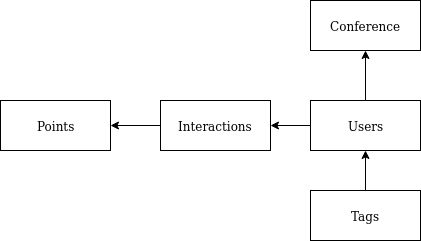
This is docs/domain.png from MarceloR00/open-cx-netinder, a draw.io export, as it was before one commit. Source tidied: cells renumbered, new cells last; positions are measured from the earlier drawing's top-left corner, leaving out a move shared by most shapes. The source it was exported from:
```xml
<mxGraphModel>
  <root>
    <mxCell id="0" />
    <mxCell id="1" parent="0" />
    <mxCell id="2" value="&lt;div&gt;Conference&lt;/div&gt;" style="html=1;" parent="1" vertex="1">
      <mxGeometry x="310" width="110" height="50" as="geometry" />
    </mxCell>
    <mxCell id="3" style="edgeStyle=orthogonalEdgeStyle;rounded=0;jettySize=auto;html=1;entryX=0.5;entryY=1;entryDx=0;entryDy=0;" parent="1" edge="1" source="5" target="2">
      <mxGeometry relative="1" as="geometry" />
    </mxCell>
    <mxCell id="4" style="edgeStyle=orthogonalEdgeStyle;rounded=0;jettySize=auto;html=1;exitX=0;exitY=0.5;exitDx=0;exitDy=0;" parent="1" edge="1" source="5" target="9">
      <mxGeometry relative="1" as="geometry" />
    </mxCell>
    <mxCell id="5" value="Users" style="html=1;" parent="1" vertex="1">
      <mxGeometry x="310" y="100" width="110" height="50" as="geometry" />
    </mxCell>
    <mxCell id="6" style="edgeStyle=orthogonalEdgeStyle;rounded=0;jettySize=auto;html=1;entryX=0.5;entryY=1;entryDx=0;entryDy=0;" parent="1" edge="1" source="7" target="5">
      <mxGeometry relative="1" as="geometry" />
    </mxCell>
    <mxCell id="7" value="Tags" style="html=1;" parent="1" vertex="1">
      <mxGeometry x="310" y="190" width="110" height="50" as="geometry" />
    </mxCell>
    <mxCell id="8" style="edgeStyle=orthogonalEdgeStyle;rounded=0;jettySize=auto;html=1;" parent="1" edge="1" source="9" target="10">
      <mxGeometry relative="1" as="geometry" />
    </mxCell>
    <mxCell id="9" value="Interactions" style="html=1;" parent="1" vertex="1">
      <mxGeometry x="160" y="100" width="110" height="50" as="geometry" />
    </mxCell>
    <mxCell id="10" value="Points" style="html=1;" parent="1" vertex="1">
      <mxGeometry y="100" width="110" height="50" as="geometry" />
    </mxCell>
  </root>
</mxGraphModel>
```
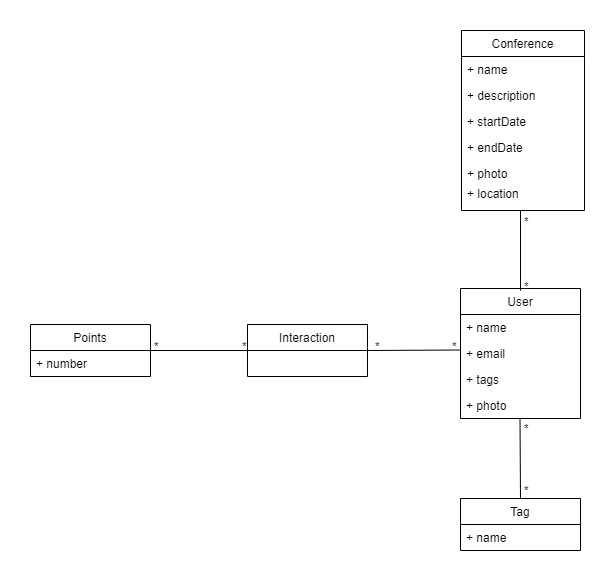
Later version of the same file.

Commit message:
added domain model to report

Diff of the diagram source:
```diff
@@ -2,32 +2,103 @@
   <root>
     <mxCell id="0" />
     <mxCell id="1" parent="0" />
+    <mxCell id="11" style="endArrow=none;html=1;entryX=0;entryY=0.5;entryDx=0;entryDy=0;exitX=1;exitY=0.5;exitDx=0;exitDy=0;" parent="1" edge="1">
+      <mxGeometry relative="1" as="geometry">
+        <mxPoint x="180" y="20" as="sourcePoint" />
+        <mxPoint x="280" y="20" as="targetPoint" />
+      </mxGeometry>
+    </mxCell>
+    <mxCell id="12" style="endArrow=none;html=1;entryX=0;entryY=0.5;entryDx=0;entryDy=0;exitX=1;exitY=0.5;exitDx=0;exitDy=0;" parent="1" edge="1" source="24">
+      <mxGeometry relative="1" as="geometry">
+        <mxPoint x="490" y="19.5" as="targetPoint" />
+      </mxGeometry>
+    </mxCell>
+    <mxCell id="13" style="endArrow=none;html=1;exitX=1;exitY=0.5;exitDx=0;exitDy=0;" parent="1" edge="1">
+      <mxGeometry relative="1" as="geometry">
+        <mxPoint x="549.5" y="88" as="sourcePoint" />
+        <mxPoint x="550" y="168" as="targetPoint" />
+      </mxGeometry>
+    </mxCell>
+    <mxCell id="14" style="endArrow=none;html=1;" parent="1" edge="1">
+      <mxGeometry relative="1" as="geometry">
+        <mxPoint x="550" y="-120" as="sourcePoint" />
+        <mxPoint x="550" y="-40" as="targetPoint" />
+      </mxGeometry>
+    </mxCell>
+    <mxCell id="15" value="*" style="text;html=1;align=center;verticalAlign=middle;" parent="1" vertex="1">
+      <mxGeometry x="546" y="-54" width="20" height="20" as="geometry" />
+    </mxCell>
+    <mxCell id="16" value="*" style="text;html=1;align=center;verticalAlign=middle;" parent="1" vertex="1">
+      <mxGeometry x="546" y="-119" width="20" height="20" as="geometry" />
+    </mxCell>
+    <mxCell id="17" value="*" style="text;html=1;align=center;verticalAlign=middle;" parent="1" vertex="1">
+      <mxGeometry x="546" y="150" width="20" height="20" as="geometry" />
+    </mxCell>
+    <mxCell id="18" value="*" style="text;html=1;align=center;verticalAlign=middle;" parent="1" vertex="1">
+      <mxGeometry x="546" y="88" width="20" height="20" as="geometry" />
+    </mxCell>
+    <mxCell id="19" value="*" style="text;html=1;align=center;verticalAlign=middle;" parent="1" vertex="1">
+      <mxGeometry x="176" y="6" width="20" height="20" as="geometry" />
+    </mxCell>
+    <mxCell id="20" value="*" style="text;html=1;align=center;verticalAlign=middle;" parent="1" vertex="1">
+      <mxGeometry x="264" y="6" width="20" height="20" as="geometry" />
+    </mxCell>
+    <mxCell id="21" value="*" style="text;html=1;align=center;verticalAlign=middle;" parent="1" vertex="1">
+      <mxGeometry x="397" y="6" width="20" height="20" as="geometry" />
+    </mxCell>
+    <mxCell id="22" value="*" style="text;html=1;align=center;verticalAlign=middle;" parent="1" vertex="1">
+      <mxGeometry x="474" y="6" width="20" height="20" as="geometry" />
+    </mxCell>
+    <mxCell id="10" value="Points" style="swimlane;fontStyle=0;horizontal=1;startSize=26;fillColor=none;" parent="1" vertex="1">
+      <mxGeometry x="60" y="-6" width="120" height="52" as="geometry" />
+    </mxCell>
+    <mxCell id="23" value="+ number" style="text;strokeColor=none;fillColor=none;align=left;verticalAlign=top;spacingLeft=4;spacingRight=4;overflow=hidden;" parent="10" vertex="1">
+      <mxGeometry y="26" width="120" height="26" as="geometry" />
+    </mxCell>
+    <mxCell id="24" value="Interaction" style="swimlane;fontStyle=0;horizontal=1;startSize=26;fillColor=none;" parent="1" vertex="1">
+      <mxGeometry x="277" y="-6" width="120" height="52" as="geometry" />
+    </mxCell>
+    <mxCell id="25" value="User" style="swimlane;fontStyle=0;horizontal=1;startSize=26;fillColor=none;" parent="1" vertex="1">
+      <mxGeometry x="490" y="-42" width="120" height="130" as="geometry" />
+    </mxCell>
+    <mxCell id="26" value="+ name" style="text;strokeColor=none;fillColor=none;align=left;verticalAlign=top;spacingLeft=4;spacingRight=4;overflow=hidden;" parent="25" vertex="1">
+      <mxGeometry y="26" width="120" height="26" as="geometry" />
+    </mxCell>
+    <mxCell id="27" value="+ email" style="text;strokeColor=none;fillColor=none;align=left;verticalAlign=top;spacingLeft=4;spacingRight=4;overflow=hidden;" parent="25" vertex="1">
+      <mxGeometry y="52" width="120" height="26" as="geometry" />
+    </mxCell>
+    <mxCell id="28" value="+ tags" style="text;strokeColor=none;fillColor=none;align=left;verticalAlign=top;spacingLeft=4;spacingRight=4;overflow=hidden;" parent="25" vertex="1">
+      <mxGeometry y="78" width="120" height="26" as="geometry" />
+    </mxCell>
+    <mxCell id="29" value="+ photo" style="text;strokeColor=none;fillColor=none;align=left;verticalAlign=top;spacingLeft=4;spacingRight=4;overflow=hidden;" parent="25" vertex="1">
+      <mxGeometry y="104" width="120" height="26" as="geometry" />
+    </mxCell>
-    <mxCell id="2" value="&lt;div&gt;Conference&lt;/div&gt;" style="html=1;" parent="1" vertex="1">
-      <mxGeometry x="310" width="110" height="50" as="geometry" />
+    <mxCell id="2" value="Conference" style="swimlane;fontStyle=0;horizontal=1;startSize=26;fillColor=none;" parent="1" vertex="1">
+      <mxGeometry x="491" y="-300" width="123" height="180" as="geometry" />
     </mxCell>
-    <mxCell id="3" style="edgeStyle=orthogonalEdgeStyle;rounded=0;jettySize=auto;html=1;entryX=0.5;entryY=1;entryDx=0;entryDy=0;" parent="1" edge="1" source="5" target="2">
-      <mxGeometry relative="1" as="geometry" />
-    </mxCell>
-    <mxCell id="4" style="edgeStyle=orthogonalEdgeStyle;rounded=0;jettySize=auto;html=1;exitX=0;exitY=0.5;exitDx=0;exitDy=0;" parent="1" edge="1" source="5" target="9">
-      <mxGeometry relative="1" as="geometry" />
-    </mxCell>
-    <mxCell id="5" value="Users" style="html=1;" parent="1" vertex="1">
-      <mxGeometry x="310" y="100" width="110" height="50" as="geometry" />
-    </mxCell>
-    <mxCell id="6" style="edgeStyle=orthogonalEdgeStyle;rounded=0;jettySize=auto;html=1;entryX=0.5;entryY=1;entryDx=0;entryDy=0;" parent="1" edge="1" source="7" target="5">
-      <mxGeometry relative="1" as="geometry" />
-    </mxCell>
-    <mxCell id="7" value="Tags" style="html=1;" parent="1" vertex="1">
-      <mxGeometry x="310" y="190" width="110" height="50" as="geometry" />
-    </mxCell>
-    <mxCell id="8" style="edgeStyle=orthogonalEdgeStyle;rounded=0;jettySize=auto;html=1;" parent="1" edge="1" source="9" target="10">
-      <mxGeometry relative="1" as="geometry" />
-    </mxCell>
-    <mxCell id="9" value="Interactions" style="html=1;" parent="1" vertex="1">
-      <mxGeometry x="160" y="100" width="110" height="50" as="geometry" />
-    </mxCell>
-    <mxCell id="10" value="Points" style="html=1;" parent="1" vertex="1">
-      <mxGeometry y="100" width="110" height="50" as="geometry" />
-    </mxCell>
+    <mxCell id="30" value="+ name" style="text;strokeColor=none;fillColor=none;align=left;verticalAlign=top;spacingLeft=4;spacingRight=4;overflow=hidden;" parent="2" vertex="1">
+      <mxGeometry y="26" width="123" height="26" as="geometry" />
+    </mxCell>
+    <mxCell id="31" value="+ description" style="text;strokeColor=none;fillColor=none;align=left;verticalAlign=top;spacingLeft=4;spacingRight=4;overflow=hidden;" parent="2" vertex="1">
+      <mxGeometry y="52" width="123" height="26" as="geometry" />
+    </mxCell>
+    <mxCell id="32" value="+ startDate" style="text;strokeColor=none;fillColor=none;align=left;verticalAlign=top;spacingLeft=4;spacingRight=4;overflow=hidden;" parent="2" vertex="1">
+      <mxGeometry y="78" width="123" height="26" as="geometry" />
+    </mxCell>
+    <mxCell id="33" value="+ endDate" style="text;strokeColor=none;fillColor=none;align=left;verticalAlign=top;spacingLeft=4;spacingRight=4;overflow=hidden;" parent="2" vertex="1">
+      <mxGeometry y="104" width="123" height="26" as="geometry" />
+    </mxCell>
+    <mxCell id="34" value="+ photo" style="text;strokeColor=none;fillColor=none;align=left;verticalAlign=top;spacingLeft=4;spacingRight=4;overflow=hidden;" parent="2" vertex="1">
+      <mxGeometry y="130" width="123" height="20" as="geometry" />
+    </mxCell>
+    <mxCell id="35" value="+ location" style="text;strokeColor=none;fillColor=none;align=left;verticalAlign=top;spacingLeft=4;spacingRight=4;overflow=hidden;" parent="2" vertex="1">
+      <mxGeometry y="150" width="123" height="30" as="geometry" />
+    </mxCell>
+    <mxCell id="36" value="Tag" style="swimlane;fontStyle=0;horizontal=1;startSize=26;fillColor=none;" parent="1" vertex="1">
+      <mxGeometry x="490" y="168" width="120" height="52" as="geometry" />
+    </mxCell>
+    <mxCell id="37" value="+ name" style="text;strokeColor=none;fillColor=none;align=left;verticalAlign=top;spacingLeft=4;spacingRight=4;overflow=hidden;" parent="36" vertex="1">
+      <mxGeometry y="26" width="120" height="26" as="geometry" />
+    </mxCell>
   </root>
 </mxGraphModel>
```
